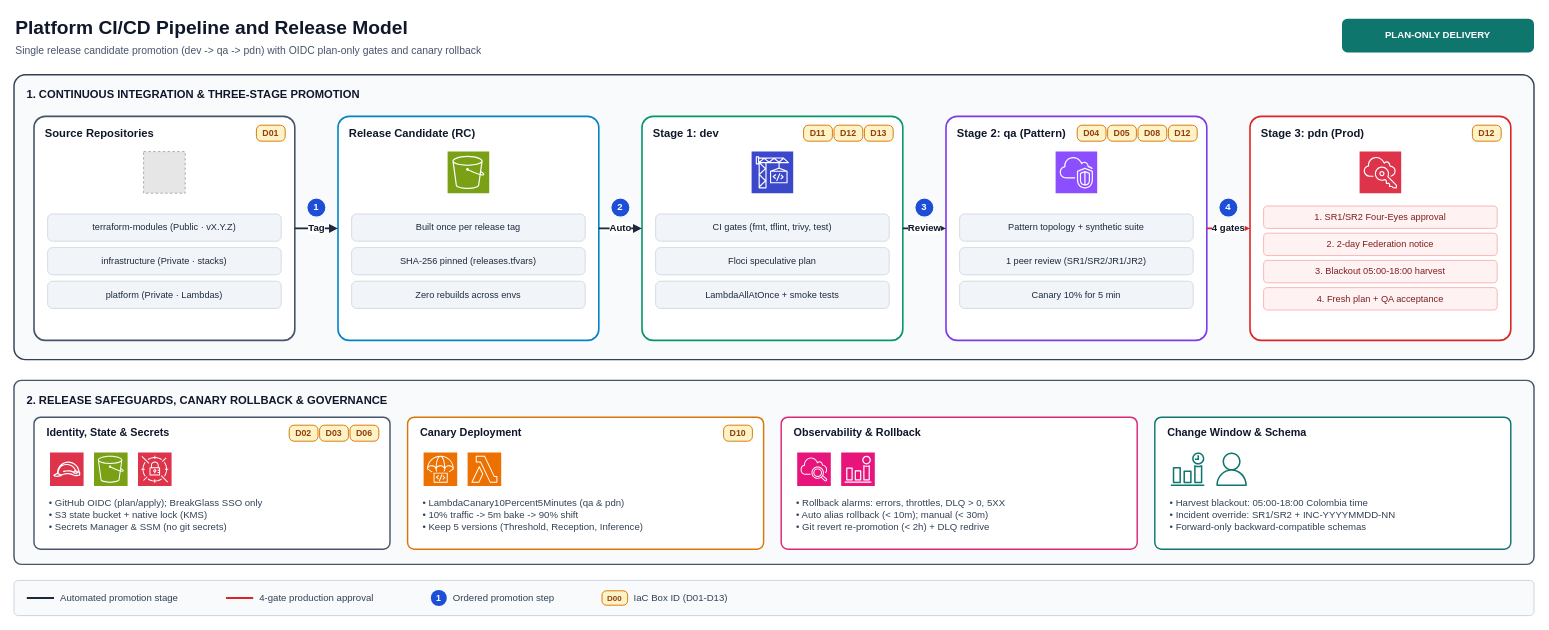
The draw.io diagram pipelines/platform-pipeline.drawio in aroma-pacifico/aroma-pacifico-diagrams, before the edit. Source tidied: cells renumbered, new cells numbered last; positions are measured from the earlier drawing's top-left corner, leaving out a move shared by most shapes. Both pictures are drawn from the tidied source at 80%, with x=0, y=0 at pixel (14, 14). Pictures stored in the file or linked from it are replaced by grey dashed boxes.
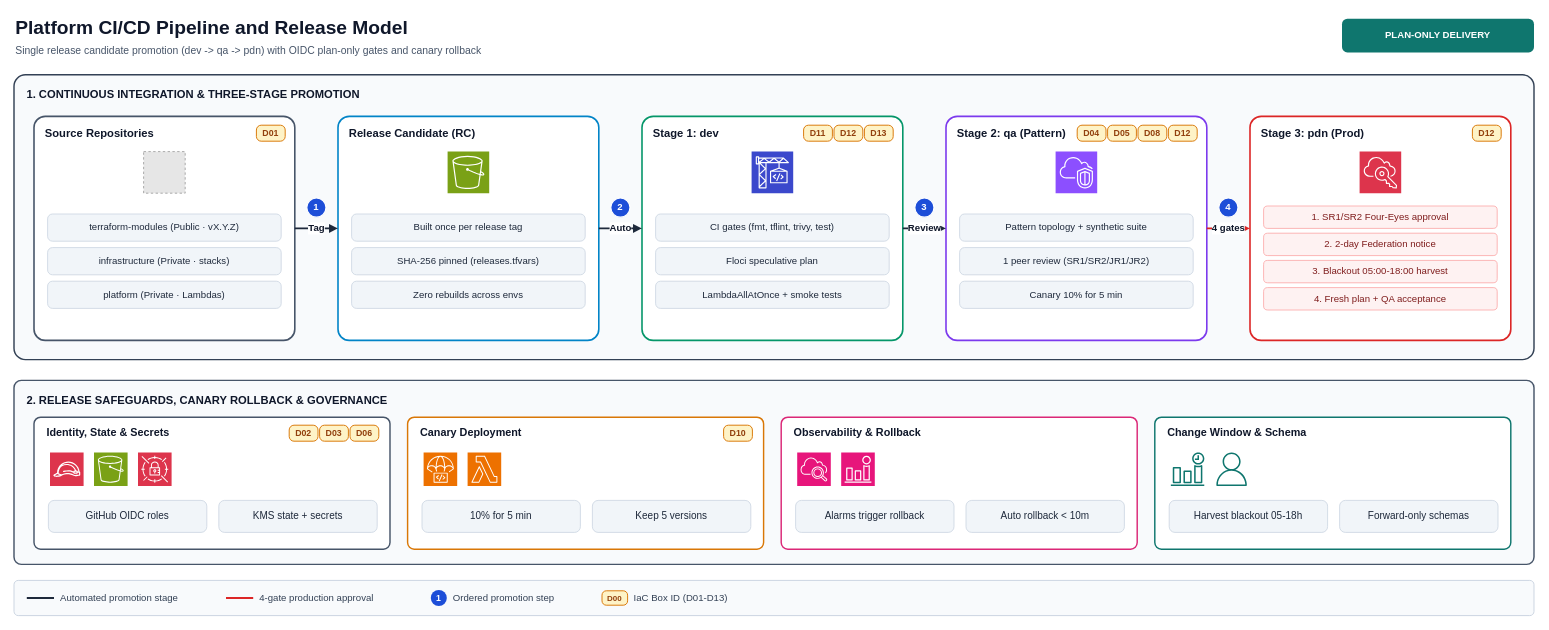
After the change.

Commit message (it also covers changes not shown here):
refactor(design): reduce platform safeguard cards to icon chips

Replace the bullet prose in the four release safeguard cards with two
short chips of at most four words each, keeping the service icons and
the D02/D03/D06/D10 badges. Raise chip text to 12 px.

Refs aroma-pacifico/aroma-pacifico-roadmap#46

The edit, as a diff of the source:
```diff
@@
-    <mxCell id="26" value="terraform-modules (Public · vX.Y.Z)" style="rounded=1;whiteSpace=wrap;html=1;fillColor=#f1f5f9;strokeColor=#cbd5e1;strokeWidth=1;fontColor=#1e293b;fontSize=11.5;fontFamily=Helvetica;align=center;verticalAlign=middle;arcSize=18;" parent="1" vertex="1">
+    <mxCell id="26" value="terraform-modules (Public · vX.Y.Z)" style="rounded=1;whiteSpace=wrap;html=1;fillColor=#f1f5f9;strokeColor=#cbd5e1;strokeWidth=1;fontColor=#1e293b;fontSize=12;fontFamily=Helvetica;align=center;verticalAlign=middle;arcSize=18;" parent="1" vertex="1">
       <mxGeometry x="42" y="250" width="292" height="34" as="geometry" />
     </mxCell>
-    <mxCell id="27" value="infrastructure (Private · stacks)" style="rounded=1;whiteSpace=wrap;html=1;fillColor=#f1f5f9;strokeColor=#cbd5e1;strokeWidth=1;fontColor=#1e293b;fontSize=11.5;fontFamily=Helvetica;align=center;verticalAlign=middle;arcSize=18;" parent="1" vertex="1">
+    <mxCell id="27" value="infrastructure (Private · stacks)" style="rounded=1;whiteSpace=wrap;html=1;fillColor=#f1f5f9;strokeColor=#cbd5e1;strokeWidth=1;fontColor=#1e293b;fontSize=12;fontFamily=Helvetica;align=center;verticalAlign=middle;arcSize=18;" parent="1" vertex="1">
       <mxGeometry x="42" y="292" width="292" height="34" as="geometry" />
     </mxCell>
-    <mxCell id="28" value="platform (Private · Lambdas)" style="rounded=1;whiteSpace=wrap;html=1;fillColor=#f1f5f9;strokeColor=#cbd5e1;strokeWidth=1;fontColor=#1e293b;fontSize=11.5;fontFamily=Helvetica;align=center;verticalAlign=middle;arcSize=18;" parent="1" vertex="1">
+    <mxCell id="28" value="platform (Private · Lambdas)" style="rounded=1;whiteSpace=wrap;html=1;fillColor=#f1f5f9;strokeColor=#cbd5e1;strokeWidth=1;fontColor=#1e293b;fontSize=12;fontFamily=Helvetica;align=center;verticalAlign=middle;arcSize=18;" parent="1" vertex="1">
       <mxGeometry x="42" y="334" width="292" height="34" as="geometry" />
     </mxCell>
@@
-    <mxCell id="30" value="Built once per release tag" style="rounded=1;whiteSpace=wrap;html=1;fillColor=#f1f5f9;strokeColor=#cbd5e1;strokeWidth=1;fontColor=#1e293b;fontSize=11.5;fontFamily=Helvetica;align=center;verticalAlign=middle;arcSize=18;" parent="1" vertex="1">
+    <mxCell id="30" value="Built once per release tag" style="rounded=1;whiteSpace=wrap;html=1;fillColor=#f1f5f9;strokeColor=#cbd5e1;strokeWidth=1;fontColor=#1e293b;fontSize=12;fontFamily=Helvetica;align=center;verticalAlign=middle;arcSize=18;" parent="1" vertex="1">
       <mxGeometry x="422" y="250" width="292" height="34" as="geometry" />
     </mxCell>
-    <mxCell id="31" value="SHA-256 pinned (releases.tfvars)" style="rounded=1;whiteSpace=wrap;html=1;fillColor=#f1f5f9;strokeColor=#cbd5e1;strokeWidth=1;fontColor=#1e293b;fontSize=11.5;fontFamily=Helvetica;align=center;verticalAlign=middle;arcSize=18;" parent="1" vertex="1">
+    <mxCell id="31" value="SHA-256 pinned (releases.tfvars)" style="rounded=1;whiteSpace=wrap;html=1;fillColor=#f1f5f9;strokeColor=#cbd5e1;strokeWidth=1;fontColor=#1e293b;fontSize=12;fontFamily=Helvetica;align=center;verticalAlign=middle;arcSize=18;" parent="1" vertex="1">
       <mxGeometry x="422" y="292" width="292" height="34" as="geometry" />
     </mxCell>
-    <mxCell id="32" value="Zero rebuilds across envs" style="rounded=1;whiteSpace=wrap;html=1;fillColor=#f1f5f9;strokeColor=#cbd5e1;strokeWidth=1;fontColor=#1e293b;fontSize=11.5;fontFamily=Helvetica;align=center;verticalAlign=middle;arcSize=18;" parent="1" vertex="1">
+    <mxCell id="32" value="Zero rebuilds across envs" style="rounded=1;whiteSpace=wrap;html=1;fillColor=#f1f5f9;strokeColor=#cbd5e1;strokeWidth=1;fontColor=#1e293b;fontSize=12;fontFamily=Helvetica;align=center;verticalAlign=middle;arcSize=18;" parent="1" vertex="1">
       <mxGeometry x="422" y="334" width="292" height="34" as="geometry" />
     </mxCell>
@@
-    <mxCell id="34" value="CI gates (fmt, tflint, trivy, test)" style="rounded=1;whiteSpace=wrap;html=1;fillColor=#f1f5f9;strokeColor=#cbd5e1;strokeWidth=1;fontColor=#1e293b;fontSize=11.5;fontFamily=Helvetica;align=center;verticalAlign=middle;arcSize=18;" parent="1" vertex="1">
+    <mxCell id="34" value="CI gates (fmt, tflint, trivy, test)" style="rounded=1;whiteSpace=wrap;html=1;fillColor=#f1f5f9;strokeColor=#cbd5e1;strokeWidth=1;fontColor=#1e293b;fontSize=12;fontFamily=Helvetica;align=center;verticalAlign=middle;arcSize=18;" parent="1" vertex="1">
       <mxGeometry x="802" y="250" width="292" height="34" as="geometry" />
     </mxCell>
-    <mxCell id="35" value="Floci speculative plan" style="rounded=1;whiteSpace=wrap;html=1;fillColor=#f1f5f9;strokeColor=#cbd5e1;strokeWidth=1;fontColor=#1e293b;fontSize=11.5;fontFamily=Helvetica;align=center;verticalAlign=middle;arcSize=18;" parent="1" vertex="1">
+    <mxCell id="35" value="Floci speculative plan" style="rounded=1;whiteSpace=wrap;html=1;fillColor=#f1f5f9;strokeColor=#cbd5e1;strokeWidth=1;fontColor=#1e293b;fontSize=12;fontFamily=Helvetica;align=center;verticalAlign=middle;arcSize=18;" parent="1" vertex="1">
       <mxGeometry x="802" y="292" width="292" height="34" as="geometry" />
     </mxCell>
-    <mxCell id="36" value="LambdaAllAtOnce + smoke tests" style="rounded=1;whiteSpace=wrap;html=1;fillColor=#f1f5f9;strokeColor=#cbd5e1;strokeWidth=1;fontColor=#1e293b;fontSize=11.5;fontFamily=Helvetica;align=center;verticalAlign=middle;arcSize=18;" parent="1" vertex="1">
+    <mxCell id="36" value="LambdaAllAtOnce + smoke tests" style="rounded=1;whiteSpace=wrap;html=1;fillColor=#f1f5f9;strokeColor=#cbd5e1;strokeWidth=1;fontColor=#1e293b;fontSize=12;fontFamily=Helvetica;align=center;verticalAlign=middle;arcSize=18;" parent="1" vertex="1">
       <mxGeometry x="802" y="334" width="292" height="34" as="geometry" />
     </mxCell>
@@
-    <mxCell id="38" value="Pattern topology + synthetic suite" style="rounded=1;whiteSpace=wrap;html=1;fillColor=#f1f5f9;strokeColor=#cbd5e1;strokeWidth=1;fontColor=#1e293b;fontSize=11.5;fontFamily=Helvetica;align=center;verticalAlign=middle;arcSize=18;" parent="1" vertex="1">
+    <mxCell id="38" value="Pattern topology + synthetic suite" style="rounded=1;whiteSpace=wrap;html=1;fillColor=#f1f5f9;strokeColor=#cbd5e1;strokeWidth=1;fontColor=#1e293b;fontSize=12;fontFamily=Helvetica;align=center;verticalAlign=middle;arcSize=18;" parent="1" vertex="1">
       <mxGeometry x="1182" y="250" width="292" height="34" as="geometry" />
     </mxCell>
-    <mxCell id="39" value="1 peer review (SR1/SR2/JR1/JR2)" style="rounded=1;whiteSpace=wrap;html=1;fillColor=#f1f5f9;strokeColor=#cbd5e1;strokeWidth=1;fontColor=#1e293b;fontSize=11.5;fontFamily=Helvetica;align=center;verticalAlign=middle;arcSize=18;" parent="1" vertex="1">
+    <mxCell id="39" value="1 peer review (SR1/SR2/JR1/JR2)" style="rounded=1;whiteSpace=wrap;html=1;fillColor=#f1f5f9;strokeColor=#cbd5e1;strokeWidth=1;fontColor=#1e293b;fontSize=12;fontFamily=Helvetica;align=center;verticalAlign=middle;arcSize=18;" parent="1" vertex="1">
       <mxGeometry x="1182" y="292" width="292" height="34" as="geometry" />
     </mxCell>
-    <mxCell id="40" value="Canary 10% for 5 min" style="rounded=1;whiteSpace=wrap;html=1;fillColor=#f1f5f9;strokeColor=#cbd5e1;strokeWidth=1;fontColor=#1e293b;fontSize=11.5;fontFamily=Helvetica;align=center;verticalAlign=middle;arcSize=18;" parent="1" vertex="1">
+    <mxCell id="40" value="Canary 10% for 5 min" style="rounded=1;whiteSpace=wrap;html=1;fillColor=#f1f5f9;strokeColor=#cbd5e1;strokeWidth=1;fontColor=#1e293b;fontSize=12;fontFamily=Helvetica;align=center;verticalAlign=middle;arcSize=18;" parent="1" vertex="1">
       <mxGeometry x="1182" y="334" width="292" height="34" as="geometry" />
     </mxCell>
@@
-    <mxCell id="42" value="1. SR1/SR2 Four-Eyes approval" style="rounded=1;whiteSpace=wrap;html=1;fillColor=#fef2f2;strokeColor=#fca5a5;strokeWidth=1;fontColor=#7f1d1d;fontSize=11.5;fontFamily=Helvetica;align=center;verticalAlign=middle;arcSize=18;" parent="1" vertex="1">
+    <mxCell id="42" value="1. SR1/SR2 Four-Eyes approval" style="rounded=1;whiteSpace=wrap;html=1;fillColor=#fef2f2;strokeColor=#fca5a5;strokeWidth=1;fontColor=#7f1d1d;fontSize=12;fontFamily=Helvetica;align=center;verticalAlign=middle;arcSize=18;" parent="1" vertex="1">
       <mxGeometry x="1562" y="240" width="292" height="28" as="geometry" />
     </mxCell>
-    <mxCell id="43" value="2. 2-day Federation notice" style="rounded=1;whiteSpace=wrap;html=1;fillColor=#fef2f2;strokeColor=#fca5a5;strokeWidth=1;fontColor=#7f1d1d;fontSize=11.5;fontFamily=Helvetica;align=center;verticalAlign=middle;arcSize=18;" parent="1" vertex="1">
+    <mxCell id="43" value="2. 2-day Federation notice" style="rounded=1;whiteSpace=wrap;html=1;fillColor=#fef2f2;strokeColor=#fca5a5;strokeWidth=1;fontColor=#7f1d1d;fontSize=12;fontFamily=Helvetica;align=center;verticalAlign=middle;arcSize=18;" parent="1" vertex="1">
       <mxGeometry x="1562" y="274" width="292" height="28" as="geometry" />
     </mxCell>
-    <mxCell id="44" value="3. Blackout 05:00-18:00 harvest" style="rounded=1;whiteSpace=wrap;html=1;fillColor=#fef2f2;strokeColor=#fca5a5;strokeWidth=1;fontColor=#7f1d1d;fontSize=11.5;fontFamily=Helvetica;align=center;verticalAlign=middle;arcSize=18;" parent="1" vertex="1">
+    <mxCell id="44" value="3. Blackout 05:00-18:00 harvest" style="rounded=1;whiteSpace=wrap;html=1;fillColor=#fef2f2;strokeColor=#fca5a5;strokeWidth=1;fontColor=#7f1d1d;fontSize=12;fontFamily=Helvetica;align=center;verticalAlign=middle;arcSize=18;" parent="1" vertex="1">
       <mxGeometry x="1562" y="308" width="292" height="28" as="geometry" />
     </mxCell>
-    <mxCell id="45" value="4. Fresh plan + QA acceptance" style="rounded=1;whiteSpace=wrap;html=1;fillColor=#fef2f2;strokeColor=#fca5a5;strokeWidth=1;fontColor=#7f1d1d;fontSize=11.5;fontFamily=Helvetica;align=center;verticalAlign=middle;arcSize=18;" parent="1" vertex="1">
+    <mxCell id="45" value="4. Fresh plan + QA acceptance" style="rounded=1;whiteSpace=wrap;html=1;fillColor=#fef2f2;strokeColor=#fca5a5;strokeWidth=1;fontColor=#7f1d1d;fontSize=12;fontFamily=Helvetica;align=center;verticalAlign=middle;arcSize=18;" parent="1" vertex="1">
       <mxGeometry x="1562" y="342" width="292" height="28" as="geometry" />
     </mxCell>
@@
-    <mxCell id="70" value="• GitHub OIDC (plan/apply); BreakGlass SSO only&lt;br/&gt;• S3 state bucket + native lock (KMS)&lt;br/&gt;• Secrets Manager &amp;amp; SSM (no git secrets)" style="text;html=1;align=left;verticalAlign=top;fontSize=12;fontColor=#334155;fontFamily=Helvetica;strokeColor=none;fillColor=none;whiteSpace=wrap;" parent="1" vertex="1">
-      <mxGeometry x="42" y="598" width="410" height="66" as="geometry" />
-    </mxCell>
+    <mxCell id="89" value="GitHub OIDC roles" style="rounded=1;whiteSpace=wrap;html=1;fillColor=#f1f5f9;strokeColor=#cbd5e1;strokeWidth=1;fontColor=#1e293b;fontSize=12.5;fontFamily=Helvetica;align=center;verticalAlign=middle;arcSize=18;" parent="1" vertex="1">
+      <mxGeometry x="43" y="608" width="198" height="40" as="geometry" />
+    </mxCell>
+    <mxCell id="90" value="KMS state + secrets" style="rounded=1;whiteSpace=wrap;html=1;fillColor=#f1f5f9;strokeColor=#cbd5e1;strokeWidth=1;fontColor=#1e293b;fontSize=12.5;fontFamily=Helvetica;align=center;verticalAlign=middle;arcSize=18;" parent="1" vertex="1">
+      <mxGeometry x="256" y="608" width="198" height="40" as="geometry" />
+    </mxCell>
@@
-    <mxCell id="73" value="• LambdaCanary10Percent5Minutes (qa &amp;amp; pdn)&lt;br/&gt;• 10% traffic -&gt; 5m bake -&gt; 90% shift&lt;br/&gt;• Keep 5 versions (Threshold, Reception, Inference)" style="text;html=1;align=left;verticalAlign=top;fontSize=12;fontColor=#334155;fontFamily=Helvetica;strokeColor=none;fillColor=none;whiteSpace=wrap;" parent="1" vertex="1">
-      <mxGeometry x="509" y="598" width="410" height="66" as="geometry" />
-    </mxCell>
+    <mxCell id="91" value="10% for 5 min" style="rounded=1;whiteSpace=wrap;html=1;fillColor=#f1f5f9;strokeColor=#cbd5e1;strokeWidth=1;fontColor=#1e293b;fontSize=12.5;fontFamily=Helvetica;align=center;verticalAlign=middle;arcSize=18;" parent="1" vertex="1">
+      <mxGeometry x="510" y="608" width="198" height="40" as="geometry" />
+    </mxCell>
+    <mxCell id="92" value="Keep 5 versions" style="rounded=1;whiteSpace=wrap;html=1;fillColor=#f1f5f9;strokeColor=#cbd5e1;strokeWidth=1;fontColor=#1e293b;fontSize=12.5;fontFamily=Helvetica;align=center;verticalAlign=middle;arcSize=18;" parent="1" vertex="1">
+      <mxGeometry x="723" y="608" width="198" height="40" as="geometry" />
+    </mxCell>
@@
-    <mxCell id="76" value="• Rollback alarms: errors, throttles, DLQ &amp;gt; 0, 5XX&lt;br/&gt;• Auto alias rollback (&amp;lt; 10m); manual (&amp;lt; 30m)&lt;br/&gt;• Git revert re-promotion (&amp;lt; 2h) + DLQ redrive" style="text;html=1;align=left;verticalAlign=top;fontSize=12;fontColor=#334155;fontFamily=Helvetica;strokeColor=none;fillColor=none;whiteSpace=wrap;" parent="1" vertex="1">
-      <mxGeometry x="976" y="598" width="410" height="66" as="geometry" />
-    </mxCell>
+    <mxCell id="93" value="Alarms trigger rollback" style="rounded=1;whiteSpace=wrap;html=1;fillColor=#f1f5f9;strokeColor=#cbd5e1;strokeWidth=1;fontColor=#1e293b;fontSize=12.5;fontFamily=Helvetica;align=center;verticalAlign=middle;arcSize=18;" parent="1" vertex="1">
+      <mxGeometry x="977" y="608" width="198" height="40" as="geometry" />
+    </mxCell>
+    <mxCell id="94" value="Auto rollback &amp;lt; 10m" style="rounded=1;whiteSpace=wrap;html=1;fillColor=#f1f5f9;strokeColor=#cbd5e1;strokeWidth=1;fontColor=#1e293b;fontSize=12.5;fontFamily=Helvetica;align=center;verticalAlign=middle;arcSize=18;" parent="1" vertex="1">
+      <mxGeometry x="1190" y="608" width="198" height="40" as="geometry" />
+    </mxCell>
@@
-    <mxCell id="79" value="• Harvest blackout: 05:00-18:00 Colombia time&lt;br/&gt;• Incident override: SR1/SR2 + INC-YYYYMMDD-NN&lt;br/&gt;• Forward-only backward-compatible schemas" style="text;html=1;align=left;verticalAlign=top;fontSize=12;fontColor=#334155;fontFamily=Helvetica;strokeColor=none;fillColor=none;whiteSpace=wrap;" parent="1" vertex="1">
-      <mxGeometry x="1443" y="598" width="410" height="66" as="geometry" />
-    </mxCell>
+    <mxCell id="95" value="Harvest blackout 05-18h" style="rounded=1;whiteSpace=wrap;html=1;fillColor=#f1f5f9;strokeColor=#cbd5e1;strokeWidth=1;fontColor=#1e293b;fontSize=12.5;fontFamily=Helvetica;align=center;verticalAlign=middle;arcSize=18;" parent="1" vertex="1">
+      <mxGeometry x="1444" y="608" width="198" height="40" as="geometry" />
+    </mxCell>
+    <mxCell id="96" value="Forward-only schemas" style="rounded=1;whiteSpace=wrap;html=1;fillColor=#f1f5f9;strokeColor=#cbd5e1;strokeWidth=1;fontColor=#1e293b;fontSize=12.5;fontFamily=Helvetica;align=center;verticalAlign=middle;arcSize=18;" parent="1" vertex="1">
+      <mxGeometry x="1657" y="608" width="198" height="40" as="geometry" />
+    </mxCell>
```
